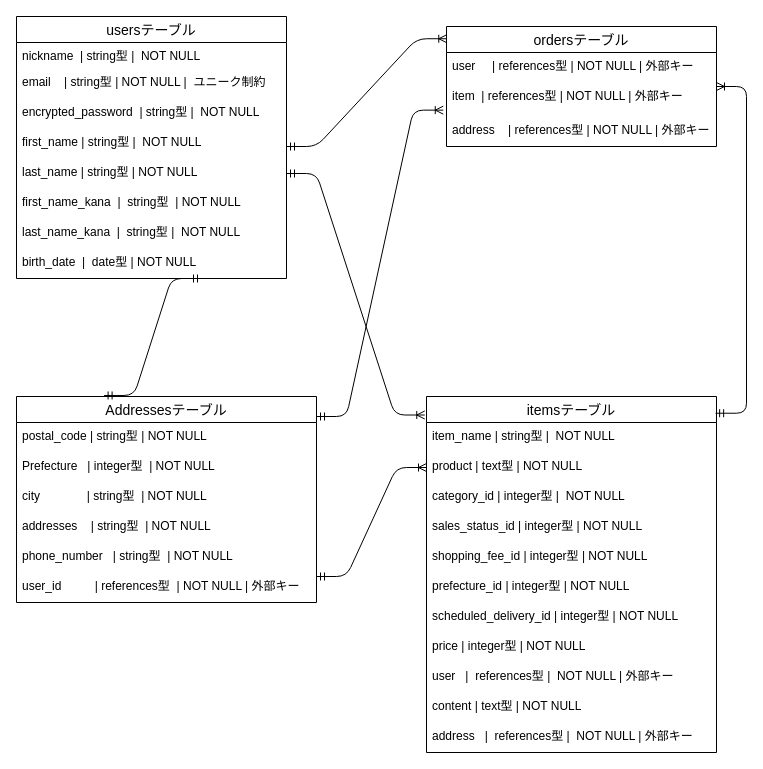
Before: test.dio in Ayakacoco/furima-39573, a draw.io diagram. Source tidied: cells renumbered, new cells numbered last; positions are measured from the earlier drawing's top-left corner, leaving out a move shared by most shapes. Both pictures are drawn from the tidied source at 100%, with x=0, y=0 at pixel (16, 16).
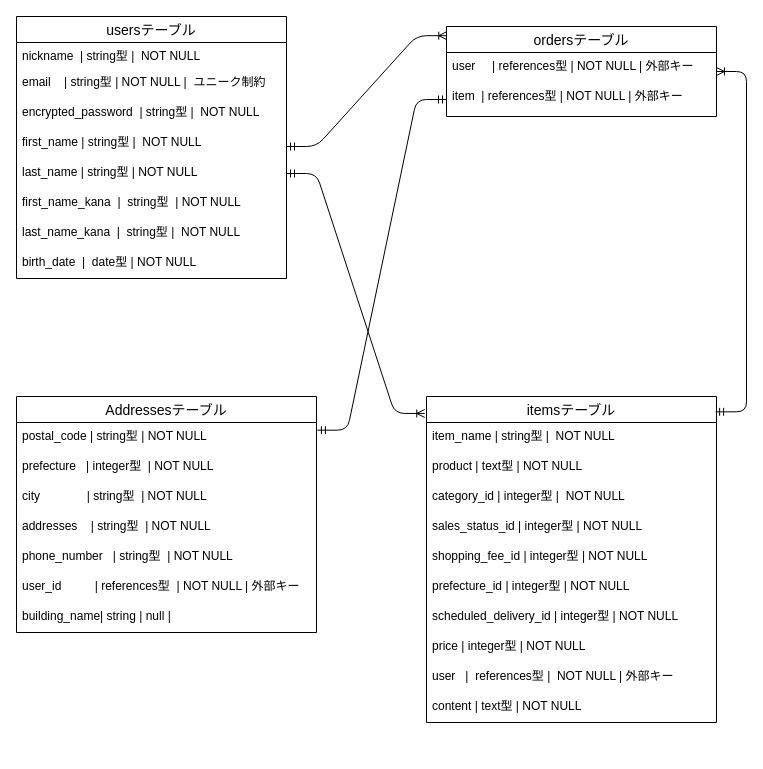
After the change.

Commit message (it also covers changes not shown here):
データベース設計修正２

The change refers to these unchanged cells:
```xml
<mxCell id="13" value="item  | references型 | NOT NULL | 外部キー" style="text;strokeColor=none;fillColor=none;spacingLeft=4;spacingRight=4;overflow=hidden;points=[[0,0.5],[1,0.5]];portConstraint=eastwest;fontSize=12;" parent="11" vertex="1">
  <mxGeometry y="56" width="270" height="34" as="geometry" />
</mxCell>
<mxCell id="17" value="product | text型 | NOT NULL" style="text;strokeColor=none;fillColor=none;spacingLeft=4;spacingRight=4;overflow=hidden;points=[[0,0.5],[1,0.5]];portConstraint=eastwest;fontSize=12;" parent="15" vertex="1">
  <mxGeometry y="56" width="290" height="30" as="geometry" />
</mxCell>
<mxCell id="29" value="postal_code | string型 | NOT NULL " style="text;strokeColor=none;fillColor=none;spacingLeft=4;spacingRight=4;overflow=hidden;points=[[0,0.5],[1,0.5]];portConstraint=eastwest;fontSize=12;" parent="28" vertex="1">
  <mxGeometry y="26" width="300" height="30" as="geometry" />
</mxCell>
```

What changed in the source:
```diff
@@
     <mxCell id="11" value="ordersテーブル" style="swimlane;fontStyle=0;horizontal=1;startSize=26;align=center;fontSize=14;" parent="1" vertex="1">
-      <mxGeometry x="430" y="10" width="270" height="120" as="geometry" />
+      <mxGeometry x="430" y="10" width="270" height="90" as="geometry" />
     </mxCell>
@@
-    <mxCell id="14" value="address    | references型 | NOT NULL | 外部キー" style="text;strokeColor=none;fillColor=none;spacingLeft=4;spacingRight=4;overflow=hidden;fontSize=12;" parent="11" vertex="1">
-      <mxGeometry y="90" width="270" height="30" as="geometry" />
-    </mxCell>
     <mxCell id="15" value="itemsテーブル" style="swimlane;fontStyle=0;horizontal=1;startSize=26;align=center;fontSize=14;" parent="1" vertex="1">
-      <mxGeometry x="410" y="380" width="290" height="356" as="geometry" />
+      <mxGeometry x="410" y="380" width="290" height="326" as="geometry" />
     </mxCell>
@@
-    <mxCell id="26" value="address   |  references型 |  NOT NULL | 外部キー" style="text;strokeColor=none;fillColor=none;spacingLeft=4;spacingRight=4;overflow=hidden;fontSize=12;" parent="15" vertex="1">
-      <mxGeometry y="326" width="290" height="30" as="geometry" />
-    </mxCell>
@@
     <mxCell id="28" value="Addressesテーブル" style="swimlane;fontStyle=0;horizontal=1;startSize=26;align=center;fontSize=14;" parent="1" vertex="1">
-      <mxGeometry y="380" width="300" height="206" as="geometry" />
+      <mxGeometry y="380" width="300" height="236" as="geometry" />
     </mxCell>
@@
-    <mxCell id="30" value="Prefecture   | integer型  | NOT NULL " style="text;strokeColor=none;fillColor=none;spacingLeft=4;spacingRight=4;overflow=hidden;fontSize=12;" parent="28" vertex="1">
+    <mxCell id="30" value="prefecture   | integer型  | NOT NULL " style="text;strokeColor=none;fillColor=none;spacingLeft=4;spacingRight=4;overflow=hidden;fontSize=12;" parent="28" vertex="1">
       <mxGeometry y="56" width="300" height="30" as="geometry" />
     </mxCell>
@@
+    <mxCell id="40" value="building_name| string   | null                           |&#10;" style="text;strokeColor=none;fillColor=none;spacingLeft=4;spacingRight=4;overflow=hidden;fontSize=12;" parent="28" vertex="1">
+      <mxGeometry y="206" width="300" height="30" as="geometry" />
+    </mxCell>
@@
-    <mxCell id="36" style="edgeStyle=entityRelationEdgeStyle;fontSize=12;html=1;endArrow=ERoneToMany;startArrow=ERmandOne;entryX=-0.012;entryY=0.813;entryDx=0;entryDy=0;entryPerimeter=0;" parent="1" edge="1" target="13">
-      <mxGeometry relative="1" as="geometry">
-        <mxPoint x="300" y="400" as="sourcePoint" />
-      </mxGeometry>
-    </mxCell>
@@
-    <mxCell id="38" style="edgeStyle=entityRelationEdgeStyle;fontSize=12;html=1;endArrow=ERoneToMany;startArrow=ERmandOne;entryX=0;entryY=0.5;entryDx=0;entryDy=0;" parent="1" edge="1" target="17">
-      <mxGeometry relative="1" as="geometry">
-        <mxPoint x="300" y="560" as="sourcePoint" />
-      </mxGeometry>
-    </mxCell>
-    <mxCell id="39" style="edgeStyle=entityRelationEdgeStyle;fontSize=12;html=1;endArrow=ERmandOne;startArrow=ERmandOne;exitX=0.292;exitY=-0.005;exitDx=0;exitDy=0;exitPerimeter=0;" parent="1" edge="1" source="28">
-      <mxGeometry relative="1" as="geometry">
-        <mxPoint x="185" y="262" as="targetPoint" />
-      </mxGeometry>
-    </mxCell>
+    <mxCell id="41" style="edgeStyle=entityRelationEdgeStyle;fontSize=12;html=1;endArrow=ERmandOne;startArrow=ERmandOne;exitX=1.003;exitY=0.256;exitDx=0;exitDy=0;exitPerimeter=0;" parent="1" edge="1" source="29" target="13">
+      <mxGeometry relative="1" as="geometry" />
+    </mxCell>
```
